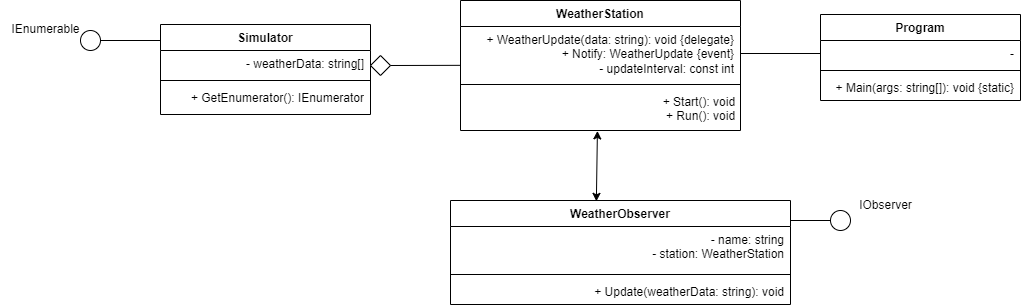
The draw.io diagram oop/Practic2/report/UML Диаграмма/pattern2.drawio.png in Nef0o0r/Sem3-OOPcs-ElectronicVerilog, before a commit. Source tidied: cells renumbered, new cells last; positions are measured from the earlier drawing's top-left corner, leaving out a move shared by most shapes.
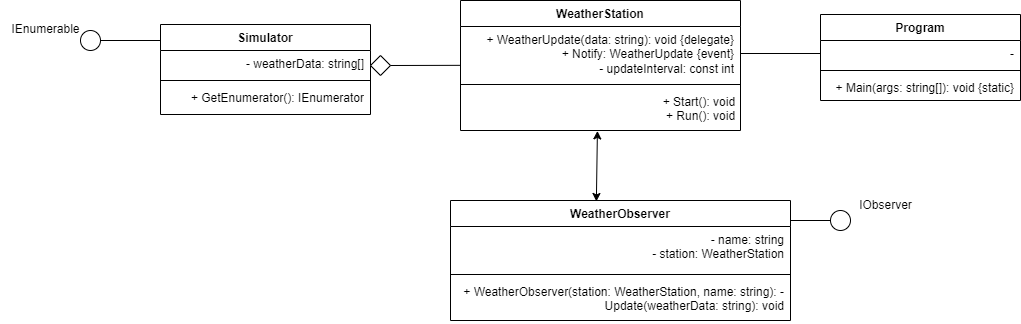
The same diagram one commit later.

Change to the diagram source:
```diff
@@ -21,7 +21,7 @@
       <mxGeometry y="14" width="90" height="30" as="geometry" />
     </mxCell>
     <mxCell id="8" value="WeatherObserver" style="swimlane;fontStyle=1;align=center;verticalAlign=top;horizontal=1;startSize=26;whiteSpace=wrap;html=1;" parent="1" vertex="1">
-      <mxGeometry x="450" y="200" width="340" height="104" as="geometry" />
+      <mxGeometry x="450" y="200" width="340" height="120" as="geometry" />
     </mxCell>
     <mxCell id="9" value="- name: string&lt;div&gt;- station: WeatherStation&lt;/div&gt;" style="text;strokeColor=none;fillColor=none;align=right;verticalAlign=top;spacingLeft=4;spacingRight=4;overflow=hidden;whiteSpace=wrap;html=1;" parent="8" vertex="1">
       <mxGeometry y="26" width="340" height="44" as="geometry" />
@@ -29,8 +29,8 @@
     <mxCell id="10" style="line;strokeWidth=1;fillColor=none;align=left;verticalAlign=middle;spacingTop=-1;spacingLeft=3;spacingRight=3;labelPosition=right;strokeColor=inherit;" parent="8" vertex="1">
       <mxGeometry y="70" width="340" height="8" as="geometry" />
     </mxCell>
-    <mxCell id="11" value="+ Update(weatherData: string): void" style="text;strokeColor=none;fillColor=none;align=right;verticalAlign=top;spacingLeft=4;spacingRight=4;overflow=hidden;whiteSpace=wrap;html=1;" parent="8" vertex="1">
-      <mxGeometry y="78" width="340" height="26" as="geometry" />
+    <mxCell id="11" value="&lt;div&gt;+ WeatherObserver(station: WeatherStation, name: string): -&lt;span style=&quot;background-color: initial;&quot;&gt;&amp;nbsp;Update(weatherData: string): void&lt;/span&gt;&lt;/div&gt;" style="text;strokeColor=none;fillColor=none;align=right;verticalAlign=top;spacingLeft=4;spacingRight=4;overflow=hidden;whiteSpace=wrap;html=1;" parent="8" vertex="1">
+      <mxGeometry y="78" width="340" height="42" as="geometry" />
     </mxCell>
     <mxCell id="12" style="ellipse;whiteSpace=wrap;html=1;" parent="1" vertex="1">
       <mxGeometry x="830" y="210" width="20" height="20" as="geometry" />
```
